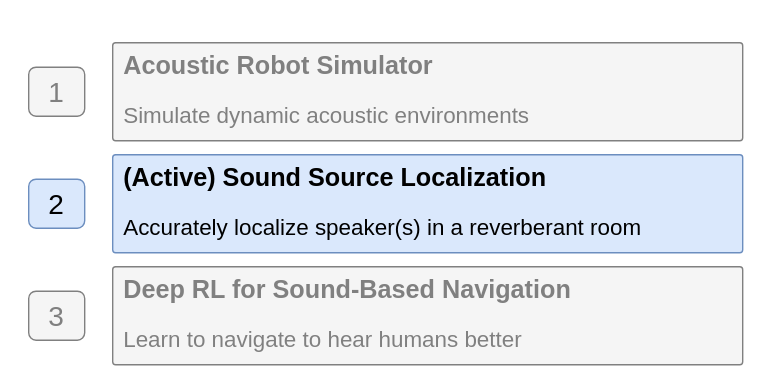
This is slides/3_active_ssl/figures/outline.svg from GaetanLepage/phd_defense_slides, a draw.io export, as it was before one commit. Source tidied: cells renumbered, new cells last; positions are measured from the earlier drawing's top-left corner, leaving out a move shared by most shapes.
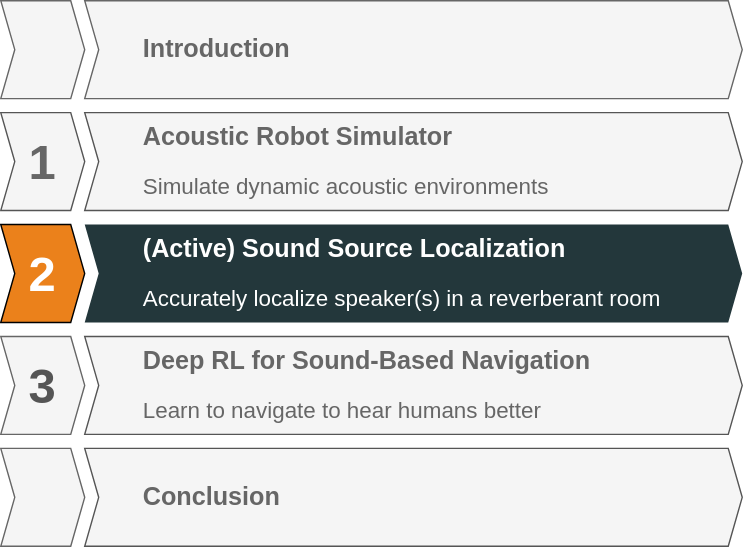
After the commit.

Diff of the diagram source:
```diff
@@ -2,26 +2,50 @@
   <root>
     <mxCell id="0" />
     <mxCell id="1" parent="0" />
-    <mxCell id="2" style="rounded=0;whiteSpace=wrap;html=1;fontColor=default;fillColor=none;strokeColor=none;" parent="1" vertex="1">
-      <mxGeometry width="560" height="280" as="geometry" />
+    <mxCell id="2" style="group;" parent="1" vertex="1">
+      <mxGeometry x="1785" y="775" width="530" height="70" as="geometry" />
     </mxCell>
-    <mxCell id="3" value="&lt;b&gt;&lt;font style=&quot;font-size: 18px;&quot;&gt;Acoustic Robot Simulator&lt;br&gt;&lt;/font&gt;&lt;/b&gt;&lt;br&gt;&lt;font style=&quot;font-size: 16px;&quot;&gt;Simulate dynamic acoustic environments&lt;/font&gt;" style="rounded=1;whiteSpace=wrap;html=1;arcSize=3;align=left;verticalAlign=top;spacingTop=0;spacingLeft=6;fillColor=#f5f5f5;strokeColor=#808080;fontColor=#808080;" parent="1" vertex="1">
-      <mxGeometry x="80" y="30" width="450" height="70" as="geometry" />
+    <mxCell id="3" value="&lt;font style=&quot;color: rgb(255, 255, 255);&quot;&gt;&lt;span style=&quot;font-size: 18px;&quot;&gt;&lt;b style=&quot;&quot;&gt;(Active) Sound Source Localization&lt;/b&gt;&lt;/span&gt;&lt;br style=&quot;&quot;&gt;&lt;font style=&quot;&quot;&gt;&lt;br&gt;&lt;font style=&quot;font-size: 16px;&quot;&gt;Accurately localize speaker(s) in a reverberant room&lt;/font&gt;&lt;/font&gt;&lt;/font&gt;" style="html=1;shadow=0;dashed=0;align=left;verticalAlign=middle;shape=mxgraph.arrows2.arrow;dy=0;dx=10;notch=10;whiteSpace=wrap;fillColor=#23373B;fontColor=#FFFFFF;strokeColor=none;spacingLeft=40;" parent="2" vertex="1">
+      <mxGeometry x="60" width="470" height="70" as="geometry" />
     </mxCell>
-    <mxCell id="4" value="&lt;span style=&quot;font-size: 18px;&quot;&gt;&lt;b&gt;(Active) Sound Source Localization&lt;/b&gt;&lt;/span&gt;&lt;br&gt;&lt;font style=&quot;&quot;&gt;&lt;br&gt;&lt;font style=&quot;font-size: 16px;&quot;&gt;Accurately localize speaker(s) in a reverberant room&lt;/font&gt;&lt;/font&gt;" style="rounded=1;whiteSpace=wrap;html=1;arcSize=3;align=left;verticalAlign=top;spacingTop=0;spacingLeft=6;fillColor=#dae8fc;strokeColor=#6c8ebf;" parent="1" vertex="1">
-      <mxGeometry x="80" y="110" width="450" height="70" as="geometry" />
+    <mxCell id="4" value="&lt;div style=&quot;text-align: left;&quot;&gt;&lt;span&gt;&lt;b&gt;2&lt;/b&gt;&lt;/span&gt;&lt;/div&gt;" style="html=1;shadow=0;dashed=0;align=center;verticalAlign=middle;shape=mxgraph.arrows2.arrow;dy=0;dx=10;notch=10;whiteSpace=wrap;labelBackgroundColor=none;fillColor=#EB811B;fontColor=#FFFFFF;fontSize=35;" parent="2" vertex="1">
+      <mxGeometry width="60" height="70" as="geometry" />
     </mxCell>
-    <mxCell id="5" value="&lt;span style=&quot;font-size: 18px;&quot;&gt;&lt;b&gt;Deep RL for Sound-Based Navigation&lt;/b&gt;&lt;/span&gt;&lt;br&gt;&lt;font style=&quot;&quot;&gt;&lt;br&gt;&lt;font style=&quot;font-size: 16px;&quot;&gt;Learn to navigate to hear humans better&lt;/font&gt;&lt;/font&gt;" style="rounded=1;whiteSpace=wrap;html=1;arcSize=3;align=left;verticalAlign=top;spacingTop=0;spacingLeft=6;fillColor=#f5f5f5;strokeColor=#808080;fontColor=#808080;" parent="1" vertex="1">
-      <mxGeometry x="80" y="190" width="450" height="70" as="geometry" />
+    <mxCell id="5" style="group;fontColor=#666666;" parent="1" vertex="1">
+      <mxGeometry x="1785" y="615" width="530" height="70" as="geometry" />
     </mxCell>
-    <mxCell id="6" value="1" style="rounded=1;whiteSpace=wrap;html=1;fontSize=20;fillColor=#f5f5f5;strokeColor=#808080;fontColor=#808080;" parent="1" vertex="1">
-      <mxGeometry x="20" y="47.5" width="40" height="35" as="geometry" />
+    <mxCell id="6" value="&lt;div style=&quot;&quot;&gt;&lt;span style=&quot;background-color: transparent; font-size: 18px;&quot;&gt;&lt;b&gt;Introduction&lt;/b&gt;&lt;/span&gt;&lt;/div&gt;" style="html=1;shadow=0;dashed=0;align=left;verticalAlign=middle;shape=mxgraph.arrows2.arrow;dy=0;dx=10;notch=10;whiteSpace=wrap;fillColor=#f5f5f5;fontColor=#666666;strokeColor=#666666;spacingLeft=40;" parent="5" vertex="1">
+      <mxGeometry x="60" width="470" height="70" as="geometry" />
     </mxCell>
-    <mxCell id="7" value="2" style="rounded=1;whiteSpace=wrap;html=1;fontSize=20;fillColor=#dae8fc;strokeColor=#6c8ebf;" parent="1" vertex="1">
-      <mxGeometry x="20" y="127.5" width="40" height="35" as="geometry" />
+    <mxCell id="7" value="&lt;div style=&quot;text-align: left;&quot;&gt;&lt;br&gt;&lt;/div&gt;" style="html=1;shadow=0;dashed=0;align=center;verticalAlign=middle;shape=mxgraph.arrows2.arrow;dy=0;dx=10;notch=10;whiteSpace=wrap;labelBackgroundColor=none;fillColor=#f5f5f5;fontColor=#333333;fontSize=35;strokeColor=#666666;" parent="5" vertex="1">
+      <mxGeometry width="60" height="70" as="geometry" />
     </mxCell>
-    <mxCell id="8" value="3" style="rounded=1;whiteSpace=wrap;html=1;fontSize=20;fillColor=#f5f5f5;strokeColor=#808080;fontColor=#808080;" parent="1" vertex="1">
-      <mxGeometry x="20" y="207.5" width="40" height="35" as="geometry" />
+    <mxCell id="8" style="group;fontColor=#666666;" parent="1" vertex="1">
+      <mxGeometry x="1785" y="695" width="530" height="70" as="geometry" />
     </mxCell>
+    <mxCell id="9" value="&lt;b style=&quot;text-wrap-mode: wrap;&quot;&gt;&lt;font style=&quot;font-size: 18px;&quot;&gt;Acoustic Robot Simulator&lt;br&gt;&lt;/font&gt;&lt;/b&gt;&lt;br style=&quot;text-wrap-mode: wrap;&quot;&gt;&lt;font style=&quot;text-wrap-mode: wrap; font-size: 16px;&quot;&gt;Simulate dynamic acoustic environments&lt;/font&gt;" style="html=1;shadow=0;dashed=0;align=left;verticalAlign=middle;shape=mxgraph.arrows2.arrow;dy=0;dx=10;notch=10;whiteSpace=wrap;fillColor=#f5f5f5;fontColor=#666666;strokeColor=#555555;spacingLeft=40;" parent="8" vertex="1">
+      <mxGeometry x="60" width="470" height="70" as="geometry" />
+    </mxCell>
+    <mxCell id="10" value="&lt;div style=&quot;text-align: left;&quot;&gt;&lt;span&gt;&lt;b&gt;1&lt;/b&gt;&lt;/span&gt;&lt;/div&gt;" style="html=1;shadow=0;dashed=0;align=center;verticalAlign=middle;shape=mxgraph.arrows2.arrow;dy=0;dx=10;notch=10;whiteSpace=wrap;labelBackgroundColor=none;fillColor=#f5f5f5;fontColor=#666666;fontSize=35;strokeColor=#555555;" parent="8" vertex="1">
+      <mxGeometry width="60" height="70" as="geometry" />
+    </mxCell>
+    <mxCell id="11" style="group;fontColor=#666666;" parent="1" vertex="1">
+      <mxGeometry x="1785" y="855" width="530" height="70" as="geometry" />
+    </mxCell>
+    <mxCell id="12" value="&lt;font style=&quot;&quot;&gt;&lt;span style=&quot;font-size: 18px;&quot;&gt;&lt;b style=&quot;&quot;&gt;Deep RL for Sound-Based Navigation&lt;/b&gt;&lt;/span&gt;&lt;br style=&quot;&quot;&gt;&lt;font style=&quot;&quot;&gt;&lt;br&gt;&lt;font style=&quot;font-size: 16px;&quot;&gt;Learn to navigate to hear humans better&lt;/font&gt;&lt;/font&gt;&lt;/font&gt;" style="html=1;shadow=0;dashed=0;align=left;verticalAlign=middle;shape=mxgraph.arrows2.arrow;dy=0;dx=10;notch=10;whiteSpace=wrap;fillColor=#f5f5f5;fontColor=#666666;strokeColor=#555555;spacingLeft=40;" parent="11" vertex="1">
+      <mxGeometry x="60" width="470" height="70" as="geometry" />
+    </mxCell>
+    <mxCell id="13" value="&lt;div style=&quot;text-align: left;&quot;&gt;&lt;span&gt;&lt;b&gt;3&lt;/b&gt;&lt;/span&gt;&lt;/div&gt;" style="html=1;shadow=0;dashed=0;align=center;verticalAlign=middle;shape=mxgraph.arrows2.arrow;dy=0;dx=10;notch=10;whiteSpace=wrap;labelBackgroundColor=none;fillColor=#f5f5f5;fontColor=#555555;fontSize=35;strokeColor=#666666;" parent="11" vertex="1">
+      <mxGeometry width="60" height="70" as="geometry" />
+    </mxCell>
+    <mxCell id="14" style="group;fontColor=#666666;" parent="1" vertex="1">
+      <mxGeometry x="1785" y="935" width="530" height="70" as="geometry" />
+    </mxCell>
+    <mxCell id="15" value="&lt;div style=&quot;&quot;&gt;&lt;span style=&quot;background-color: transparent; font-size: 18px;&quot;&gt;&lt;b&gt;Conclusion&lt;/b&gt;&lt;/span&gt;&lt;/div&gt;" style="html=1;shadow=0;dashed=0;align=left;verticalAlign=middle;shape=mxgraph.arrows2.arrow;dy=0;dx=10;notch=10;whiteSpace=wrap;fillColor=#f5f5f5;fontColor=#666666;strokeColor=#555555;spacingLeft=40;" parent="14" vertex="1">
+      <mxGeometry x="60" width="470" height="70" as="geometry" />
+    </mxCell>
+    <mxCell id="16" value="&lt;div style=&quot;text-align: left;&quot;&gt;&lt;br&gt;&lt;/div&gt;" style="html=1;shadow=0;dashed=0;align=center;verticalAlign=middle;shape=mxgraph.arrows2.arrow;dy=0;dx=10;notch=10;whiteSpace=wrap;labelBackgroundColor=none;fillColor=#f5f5f5;fontColor=#333333;fontSize=35;strokeColor=#666666;" parent="14" vertex="1">
+      <mxGeometry width="60" height="70" as="geometry" />
+    </mxCell>
   </root>
 </mxGraphModel>
```
